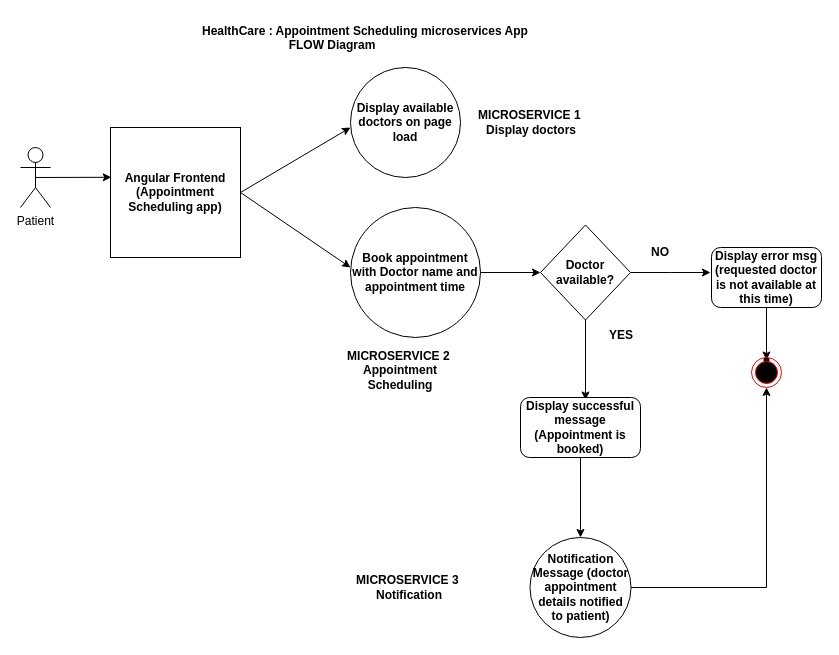
This is flow.drawio from atheeswaran/Scalable-Services, a draw.io file, before an edit. Source tidied: cells renumbered, new cells numbered last; positions are measured from the earlier drawing's top-left corner, leaving out a move shared by most shapes. Both pictures are drawn from the tidied source at 100%, with x=0, y=0 at pixel (20, 17).
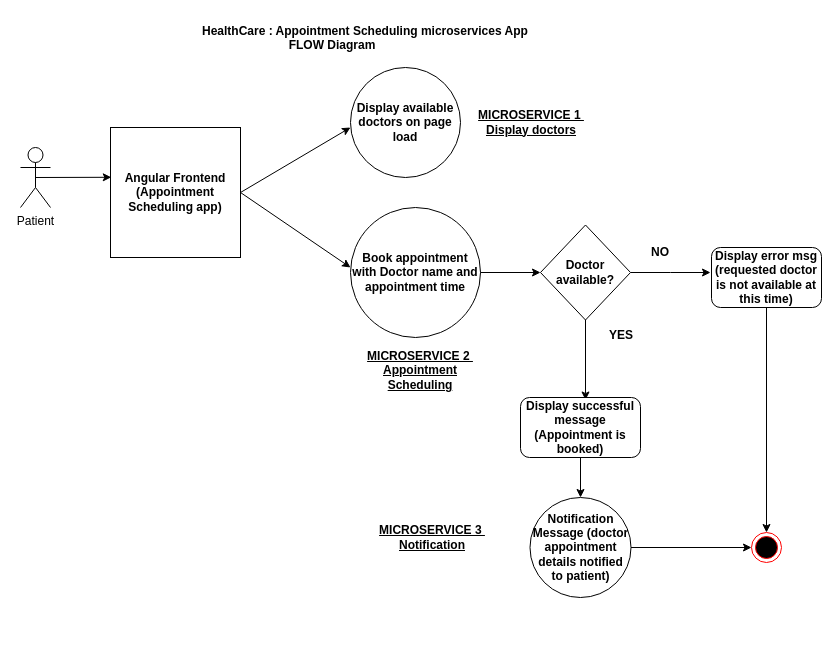
After the change.

Unchanged cells that the change refers to:
```xml
<mxCell id="18" value="&lt;b&gt;Display error msg (requested doctor is not available at this time)&lt;/b&gt;" style="rounded=1;whiteSpace=wrap;html=1;" parent="1" vertex="1">
  <mxGeometry x="691" y="230" width="110" height="60" as="geometry" />
</mxCell>
```

Diff of the diagram source:
```diff
@@
-    <mxCell id="17" style="edgeStyle=orthogonalEdgeStyle;rounded=0;jettySize=auto;html=1;" parent="1" edge="1" source="18" target="19">
-      <mxGeometry relative="1" as="geometry" />
-    </mxCell>
@@
-    <mxCell id="19" style="shape=waypoint;sketch=0;size=6;points=[];fillColor=default;perimeter=centerPerimeter;snapToPoint=1;rounded=1;" parent="1" vertex="1">
-      <mxGeometry x="736" y="332.5" width="20" height="20" as="geometry" />
-    </mxCell>
+    <mxCell id="27" style="edgeStyle=orthogonalEdgeStyle;rounded=0;jettySize=auto;html=1;entryX=0.5;entryY=0;entryDx=0;entryDy=0;exitX=0.5;exitY=1;exitDx=0;exitDy=0;" parent="1" edge="1" source="18" target="20">
+      <mxGeometry relative="1" as="geometry" />
+    </mxCell>
     <mxCell id="20" style="ellipse;html=1;shape=endState;fillColor=#000000;strokeColor=#ff0000;" parent="1" vertex="1">
-      <mxGeometry x="731" y="340" width="30" height="30" as="geometry" />
+      <mxGeometry x="731" y="515" width="30" height="30" as="geometry" />
     </mxCell>
-    <mxCell id="21" style="edgeStyle=orthogonalEdgeStyle;rounded=0;jettySize=auto;html=1;entryX=0.5;entryY=1;entryDx=0;entryDy=0;" parent="1" edge="1" source="22" target="20">
+    <mxCell id="21" style="edgeStyle=orthogonalEdgeStyle;rounded=0;jettySize=auto;html=1;exitX=1;exitY=0.5;exitDx=0;exitDy=0;entryX=0;entryY=0.5;entryDx=0;entryDy=0;" parent="1" edge="1" source="22" target="20">
       <mxGeometry relative="1" as="geometry" />
     </mxCell>
     <mxCell id="22" value="Notification Message (doctor appointment details notified to patient)" style="ellipse;whiteSpace=wrap;html=1;rounded=1;fontStyle=1;" parent="1" vertex="1">
-      <mxGeometry x="509.5" y="520" width="101" height="100" as="geometry" />
+      <mxGeometry x="509.5" y="480" width="101" height="100" as="geometry" />
     </mxCell>
-    <mxCell id="23" value="&lt;b&gt;MICROSERVICE 1&amp;nbsp; Display doctors&lt;/b&gt;" style="text;html=1;strokeColor=none;fillColor=none;align=center;verticalAlign=middle;whiteSpace=wrap;rounded=0;" parent="1" vertex="1">
+    <mxCell id="23" value="&lt;b&gt;&lt;u&gt;MICROSERVICE 1&amp;nbsp; Display doctors&lt;/u&gt;&lt;/b&gt;" style="text;html=1;strokeColor=none;fillColor=none;align=center;verticalAlign=middle;whiteSpace=wrap;rounded=0;" parent="1" vertex="1">
       <mxGeometry x="449.5" y="85" width="121.5" height="40" as="geometry" />
     </mxCell>
-    <mxCell id="24" value="&lt;b&gt;MICROSERVICE 2&amp;nbsp; Appointment Scheduling&lt;/b&gt;" style="text;html=1;strokeColor=none;fillColor=none;align=center;verticalAlign=middle;whiteSpace=wrap;rounded=0;" parent="1" vertex="1">
-      <mxGeometry x="318.5" y="332.5" width="121.5" height="40" as="geometry" />
+    <mxCell id="24" value="&lt;b&gt;&lt;u&gt;MICROSERVICE 2&amp;nbsp; Appointment Scheduling&lt;/u&gt;&lt;/b&gt;" style="text;html=1;strokeColor=none;fillColor=none;align=center;verticalAlign=middle;whiteSpace=wrap;rounded=0;" parent="1" vertex="1">
+      <mxGeometry x="338.5" y="332.5" width="121.5" height="40" as="geometry" />
     </mxCell>
-    <mxCell id="25" value="&lt;b&gt;MICROSERVICE 3&amp;nbsp; Notification&lt;/b&gt;" style="text;html=1;strokeColor=none;fillColor=none;align=center;verticalAlign=middle;whiteSpace=wrap;rounded=0;" parent="1" vertex="1">
-      <mxGeometry x="328" y="550" width="121.5" height="40" as="geometry" />
+    <mxCell id="25" value="&lt;b&gt;&lt;u&gt;MICROSERVICE 3&amp;nbsp; Notification&lt;/u&gt;&lt;/b&gt;" style="text;html=1;strokeColor=none;fillColor=none;align=center;verticalAlign=middle;whiteSpace=wrap;rounded=0;" parent="1" vertex="1">
+      <mxGeometry x="351" y="500" width="121.5" height="40" as="geometry" />
     </mxCell>
```
